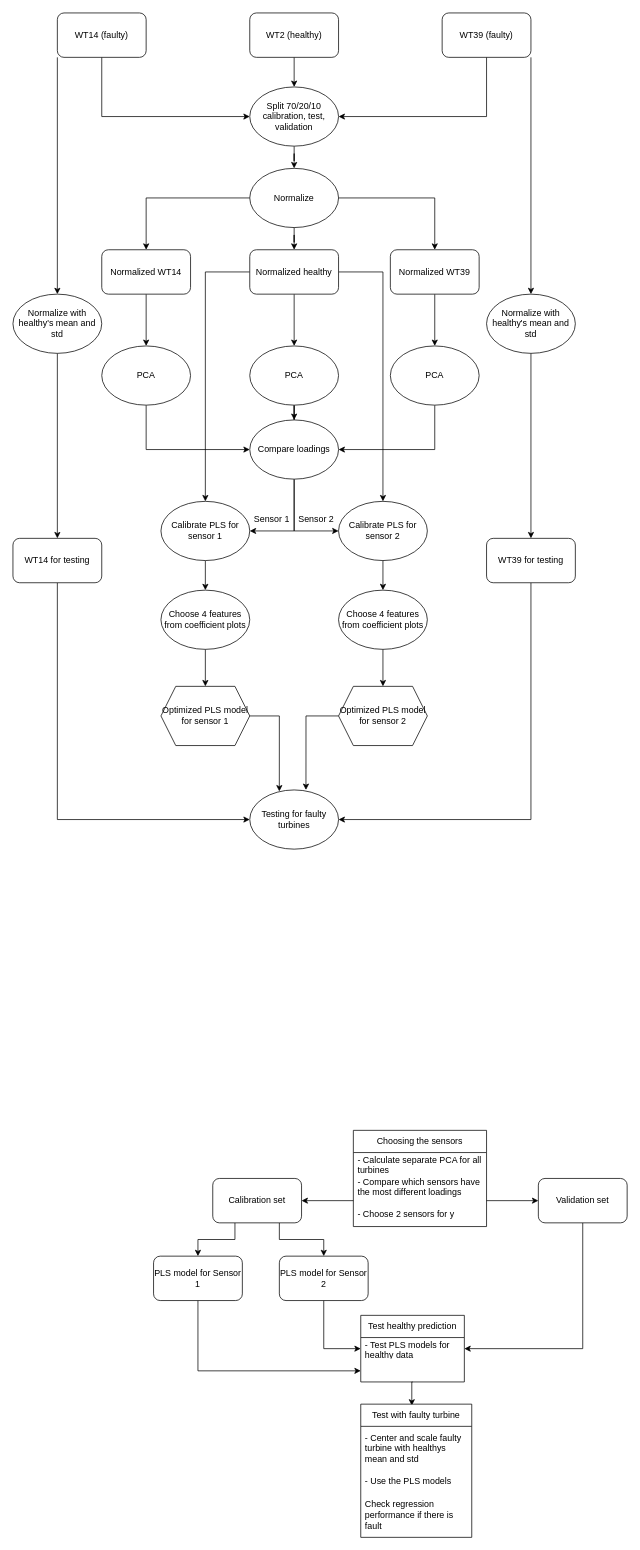
Earlier version of the draw.io diagram Untitled Diagram.drawio (akseliekseli/wind-turbine-a2-lut-adaml). Source tidied: cells renumbered, new cells numbered last; positions are measured from the earlier drawing's top-left corner, leaving out a move shared by most shapes. Both pictures are drawn from the tidied source at 74%, with x=0, y=0 at pixel (13, 13).
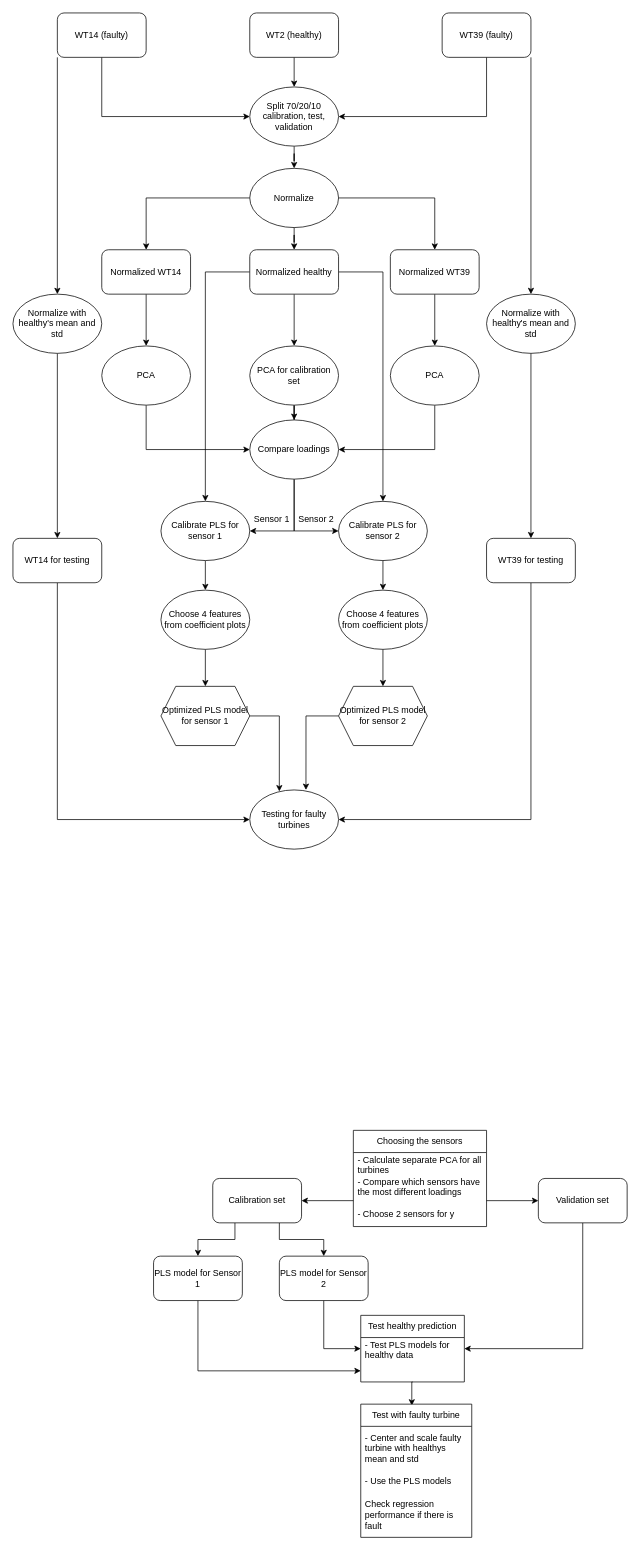
The same page after the edit.

Diff of the diagram source:
```diff
@@
-    <mxCell id="53" value="PCA" style="ellipse;whiteSpace=wrap;html=1;" parent="1" vertex="1">
+    <mxCell id="53" value="PCA for calibration set" style="ellipse;whiteSpace=wrap;html=1;" parent="1" vertex="1">
       <mxGeometry x="320" y="450" width="120" height="80" as="geometry" />
     </mxCell>
```
